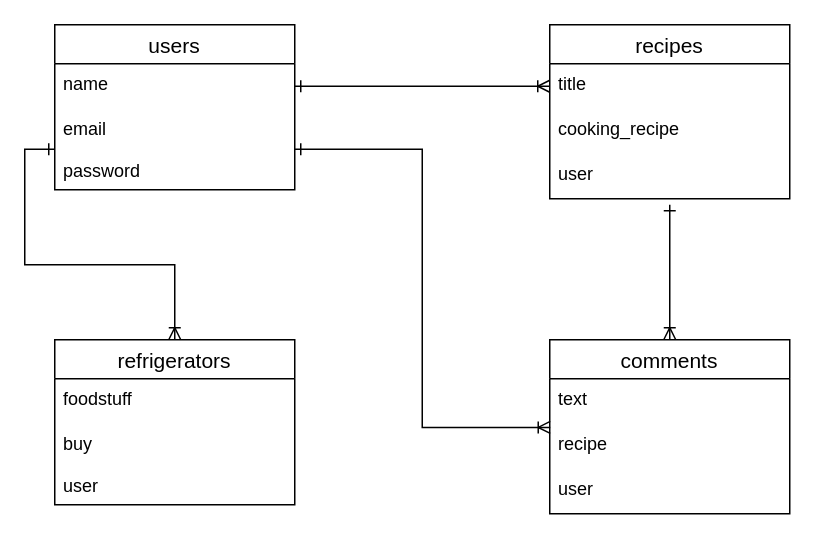
The draw.io diagram cooking.dio in toooooku/home-cooking, before the edit. Source tidied: cells renumbered, new cells numbered last; positions are measured from the earlier drawing's top-left corner, leaving out a move shared by most shapes. Both pictures are drawn from the tidied source at 150%, with x=0, y=0 at pixel (54, 24).
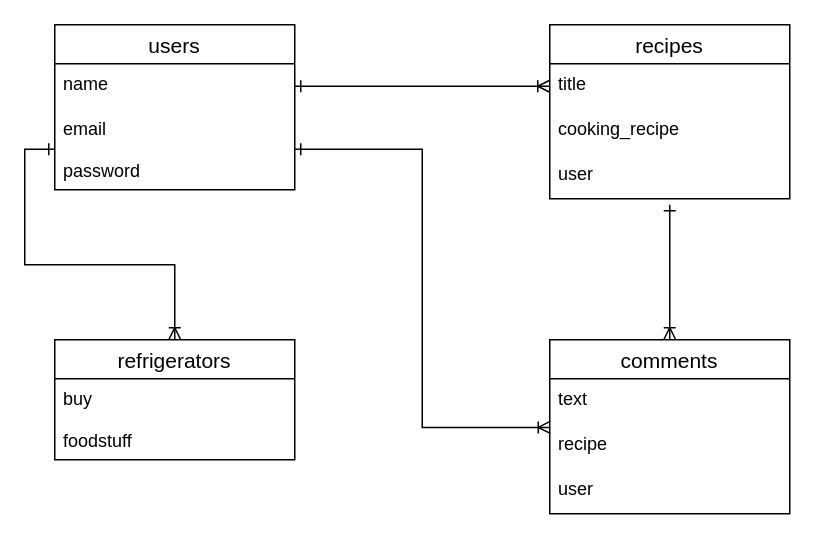
The same diagram, later.

Change to the diagram source:
```diff
@@
     <mxCell id="14" value="refrigerators" style="swimlane;fontStyle=0;horizontal=1;startSize=26;align=center;fontSize=14;" parent="1" vertex="1">
-      <mxGeometry y="210" width="160" height="110" as="geometry" />
+      <mxGeometry y="210" width="160" height="80" as="geometry" />
     </mxCell>
-    <mxCell id="15" value="foodstuff" style="text;strokeColor=none;fillColor=none;spacingLeft=4;spacingRight=4;overflow=hidden;fontSize=12;" parent="14" vertex="1">
-      <mxGeometry y="26" width="160" height="30" as="geometry" />
-    </mxCell>
-    <mxCell id="16" value="buy&#10;&#10;user" style="text;strokeColor=none;fillColor=none;spacingLeft=4;spacingRight=4;overflow=hidden;fontSize=12;" parent="14" vertex="1">
-      <mxGeometry y="56" width="160" height="54" as="geometry" />
+    <mxCell id="16" value="buy&#10;&#10;foodstuff" style="text;strokeColor=none;fillColor=none;spacingLeft=4;spacingRight=4;overflow=hidden;fontSize=12;" parent="14" vertex="1">
+      <mxGeometry y="26" width="160" height="54" as="geometry" />
     </mxCell>
```
